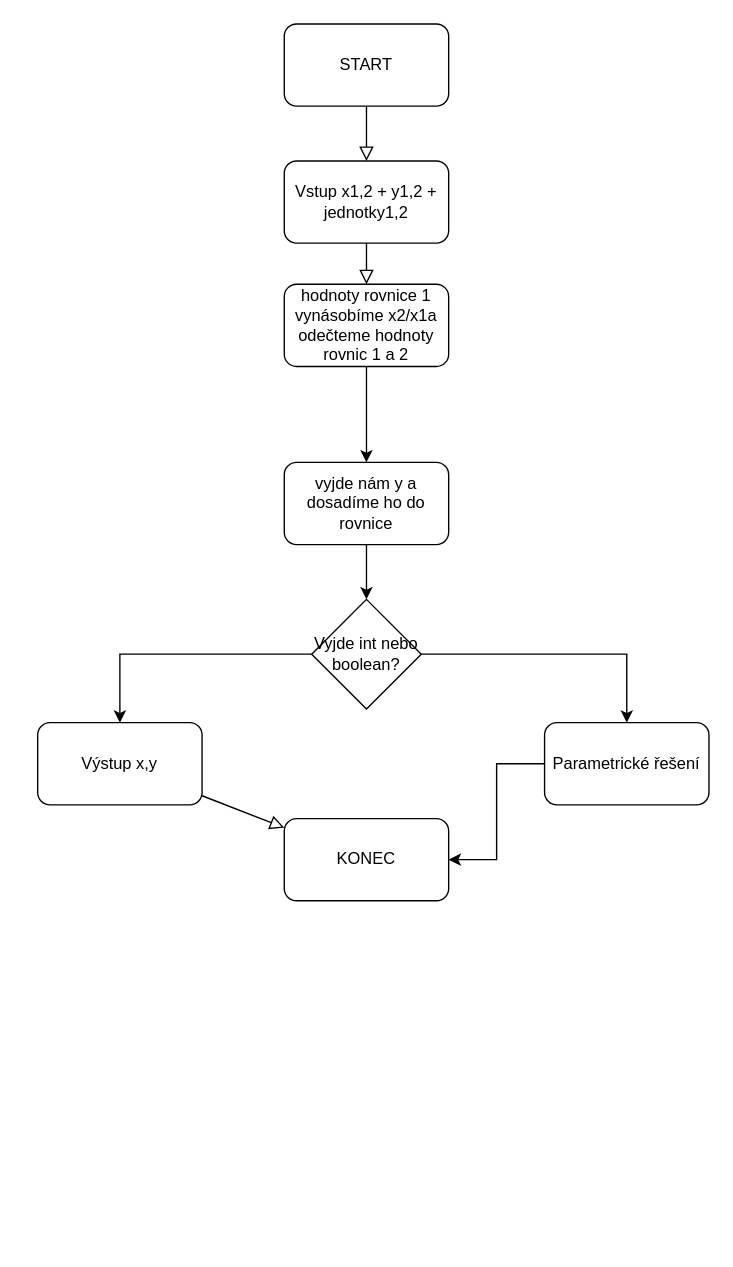
The draw.io diagram Untitled Diagram.drawio in jirihalbych/ahoj, before the edit. Source tidied: cells renumbered, new cells numbered last; positions are measured from the earlier drawing's top-left corner, leaving out a move shared by most shapes. Both pictures are drawn from the tidied source at 137%, with x=0, y=0 at pixel (37, 23).
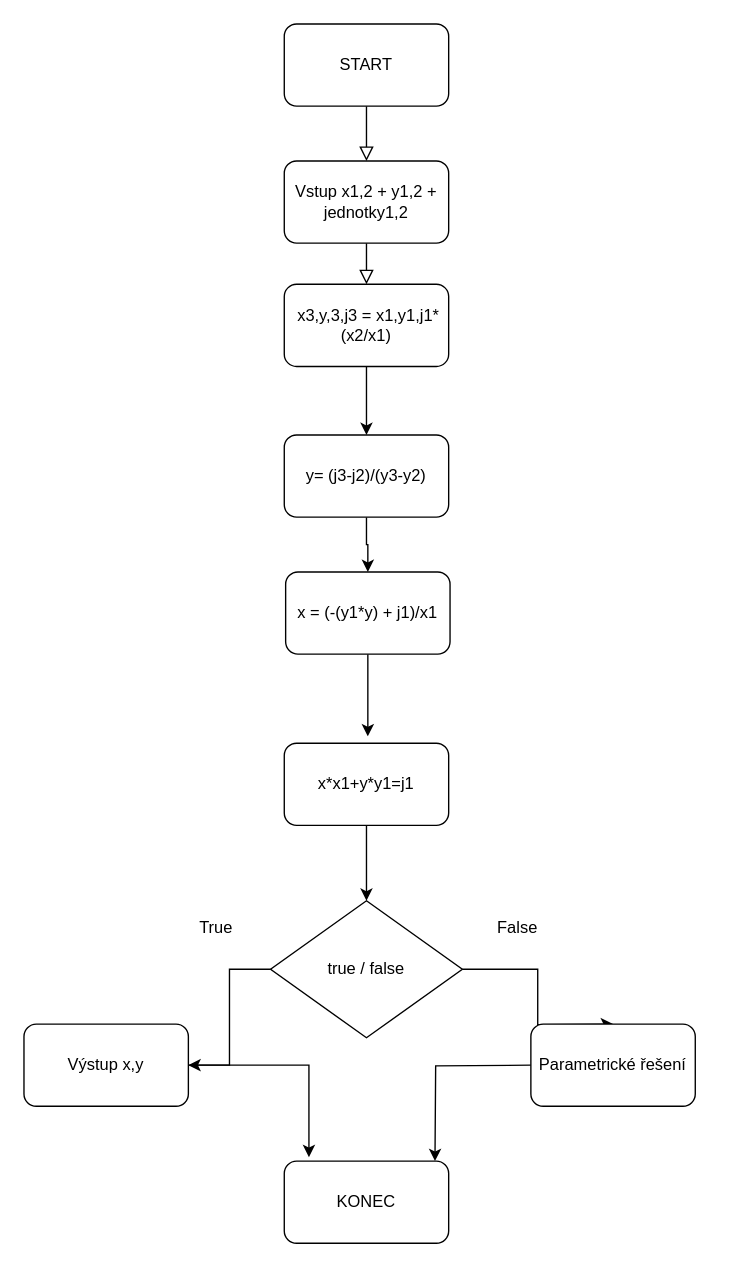
The same diagram, later.

What changed in the source:
```diff
@@
-    <mxCell id="6" style="edgeStyle=orthogonalEdgeStyle;rounded=0;jettySize=auto;html=1;entryX=0.5;entryY=0;entryDx=0;entryDy=0;" parent="1" edge="1" source="7" target="9">
-      <mxGeometry relative="1" as="geometry" />
-    </mxCell>
+    <mxCell id="18" style="edgeStyle=orthogonalEdgeStyle;rounded=0;jettySize=auto;html=1;" parent="1" edge="1" source="7">
+      <mxGeometry relative="1" as="geometry">
+        <mxPoint x="240" y="300" as="targetPoint" />
+      </mxGeometry>
+    </mxCell>
-    <mxCell id="7" value="hodnoty rovnice 1 vynásobíme x2/x1a odečteme hodnoty rovnic 1 a 2" style="rounded=1;whiteSpace=wrap;html=1;" parent="1" vertex="1">
+    <mxCell id="7" value="&amp;nbsp;x3,y,3,j3 = x1,y1,j1* (x2/x1) " style="rounded=1;whiteSpace=wrap;html=1;" parent="1" vertex="1">
       <mxGeometry x="180" y="190" width="120" height="60" as="geometry" />
     </mxCell>
-    <mxCell id="8" style="edgeStyle=orthogonalEdgeStyle;rounded=0;jettySize=auto;html=1;entryX=0.5;entryY=0;entryDx=0;entryDy=0;" parent="1" edge="1" source="9" target="15">
-      <mxGeometry relative="1" as="geometry" />
-    </mxCell>
-    <mxCell id="9" value="vyjde nám y a dosadíme ho do rovnice" style="rounded=1;whiteSpace=wrap;html=1;" parent="1" vertex="1">
-      <mxGeometry x="180" y="320" width="120" height="60" as="geometry" />
-    </mxCell>
-    <mxCell id="10" style="edgeStyle=none;rounded=0;jettySize=auto;html=1;shadow=0;labelBackgroundColor=none;endArrow=block;endFill=0;endSize=8;strokeWidth=1;" parent="1" edge="1" source="11" target="12">
+    <mxCell id="10" style="edgeStyle=orthogonalEdgeStyle;rounded=0;jettySize=auto;html=1;entryX=0.15;entryY=-0.048;entryDx=0;entryDy=0;entryPerimeter=0;" parent="1" edge="1" source="11" target="12">
       <mxGeometry relative="1" as="geometry" />
     </mxCell>
     <mxCell id="11" value="Výstup x,y" style="rounded=1;whiteSpace=wrap;html=1;" parent="1" vertex="1">
-      <mxGeometry y="510" width="120" height="60" as="geometry" />
+      <mxGeometry x="-10" y="730" width="120" height="60" as="geometry" />
     </mxCell>
     <mxCell id="12" value="KONEC" style="rounded=1;whiteSpace=wrap;html=1;" parent="1" vertex="1">
-      <mxGeometry x="180" y="580" width="120" height="60" as="geometry" />
+      <mxGeometry x="180" y="830" width="120" height="60" as="geometry" />
     </mxCell>
@@
-    <mxCell id="14" style="edgeStyle=orthogonalEdgeStyle;rounded=0;jettySize=auto;html=1;" parent="1" edge="1" source="15" target="17">
-      <mxGeometry relative="1" as="geometry" />
+    <mxCell id="14" style="edgeStyle=orthogonalEdgeStyle;rounded=0;jettySize=auto;html=1;" parent="1" edge="1" source="15">
+      <mxGeometry relative="1" as="geometry">
+        <mxPoint x="420" y="730" as="targetPoint" />
+      </mxGeometry>
     </mxCell>
-    <mxCell id="15" value="Vyjde int nebo boolean?" style="rhombus;whiteSpace=wrap;html=1;" parent="1" vertex="1">
-      <mxGeometry x="200" y="420" width="80" height="80" as="geometry" />
+    <mxCell id="15" value="true / false" style="rhombus;whiteSpace=wrap;html=1;" parent="1" vertex="1">
+      <mxGeometry x="170" y="640" width="140" height="100" as="geometry" />
     </mxCell>
-    <mxCell id="16" style="edgeStyle=orthogonalEdgeStyle;rounded=0;jettySize=auto;html=1;entryX=1;entryY=0.5;entryDx=0;entryDy=0;" parent="1" edge="1" source="17" target="12">
-      <mxGeometry relative="1" as="geometry" />
+    <mxCell id="16" style="edgeStyle=orthogonalEdgeStyle;rounded=0;orthogonalLoop=1;jettySize=auto;html=1;entryX=1;entryY=0.5;entryDx=0;entryDy=0;" parent="1" edge="1">
+      <mxGeometry relative="1" as="geometry">
+        <mxPoint x="360" y="760" as="sourcePoint" />
+        <mxPoint x="290" y="830" as="targetPoint" />
+      </mxGeometry>
     </mxCell>
     <mxCell id="17" value="Parametrické řešení" style="rounded=1;whiteSpace=wrap;html=1;" parent="1" vertex="1">
-      <mxGeometry x="370" y="510" width="120" height="60" as="geometry" />
+      <mxGeometry x="360" y="730" width="120" height="60" as="geometry" />
     </mxCell>
+    <mxCell id="19" style="edgeStyle=orthogonalEdgeStyle;rounded=0;jettySize=auto;html=1;" parent="1" edge="1" source="20" target="22">
+      <mxGeometry relative="1" as="geometry" />
+    </mxCell>
+    <mxCell id="20" value="y= (j3-j2)/(y3-y2)" style="rounded=1;whiteSpace=wrap;html=1;" parent="1" vertex="1">
+      <mxGeometry x="180" y="300" width="120" height="60" as="geometry" />
+    </mxCell>
+    <mxCell id="21" style="edgeStyle=orthogonalEdgeStyle;rounded=0;jettySize=auto;html=1;" parent="1" edge="1" source="22">
+      <mxGeometry relative="1" as="geometry">
+        <mxPoint x="241" y="520" as="targetPoint" />
+      </mxGeometry>
+    </mxCell>
+    <mxCell id="22" value="x = (-(y1*y) + j1)/x1" style="rounded=1;whiteSpace=wrap;html=1;" parent="1" vertex="1">
+      <mxGeometry x="181" y="400" width="120" height="60" as="geometry" />
+    </mxCell>
+    <mxCell id="23" style="edgeStyle=orthogonalEdgeStyle;rounded=0;jettySize=auto;html=1;entryX=0.5;entryY=0;entryDx=0;entryDy=0;" parent="1" edge="1" source="24" target="15">
+      <mxGeometry relative="1" as="geometry" />
+    </mxCell>
+    <mxCell id="24" value="x*x1+y*y1=j1" style="rounded=1;whiteSpace=wrap;html=1;" parent="1" vertex="1">
+      <mxGeometry x="180" y="525" width="120" height="60" as="geometry" />
+    </mxCell>
+    <mxCell id="25" value="True" style="text;html=1;align=center;verticalAlign=middle;strokeColor=none;fillColor=none;" parent="1" vertex="1">
+      <mxGeometry x="110" y="650" width="40" height="20" as="geometry" />
+    </mxCell>
+    <mxCell id="26" value="False" style="text;html=1;align=center;verticalAlign=middle;strokeColor=none;fillColor=none;" parent="1" vertex="1">
+      <mxGeometry x="330" y="650" width="40" height="20" as="geometry" />
+    </mxCell>
```
